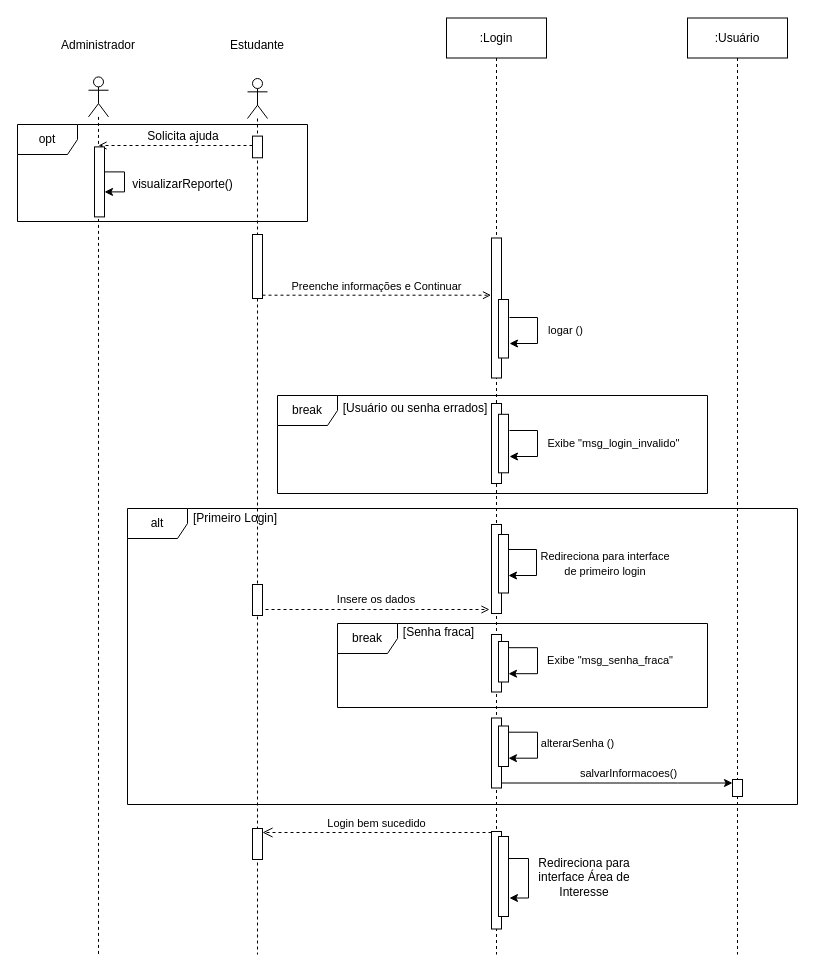
Earlier version of the draw.io diagram DiagramaSequencia.drawio (augustorazani/QENEM-UML-Diagram). Source tidied: cells renumbered, new cells numbered last; positions are measured from the earlier drawing's top-left corner, leaving out a move shared by most shapes. Both pictures are drawn from the tidied source at 100%, with x=0, y=0 at pixel (17, 18).
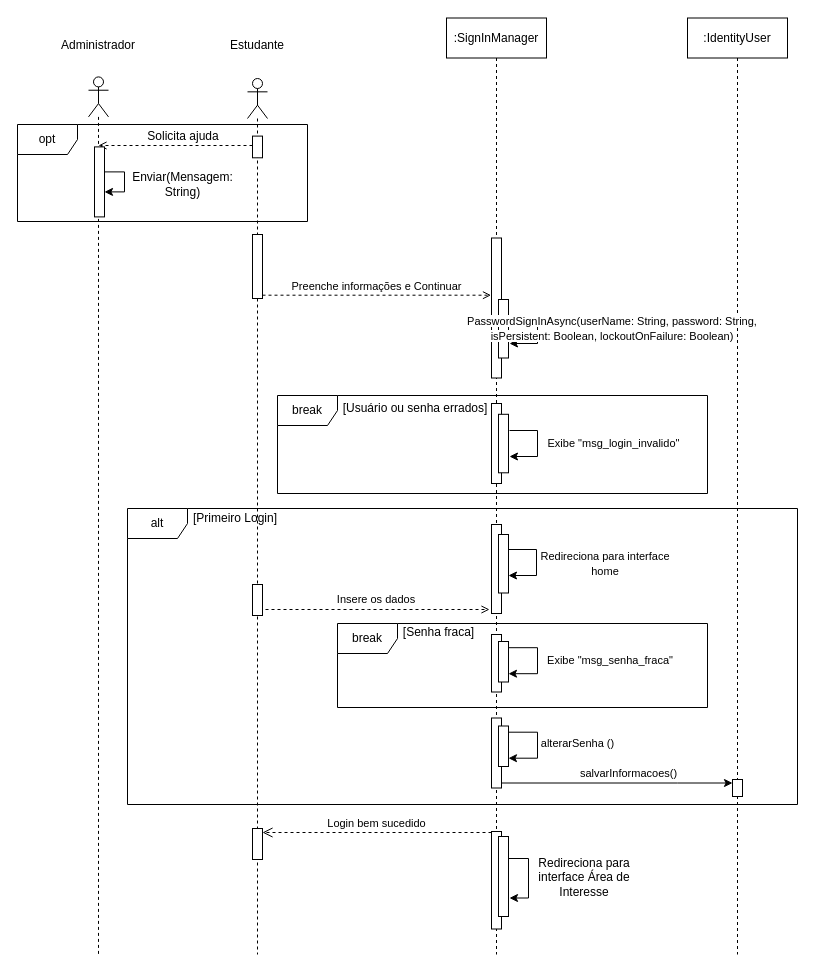
The same page after the edit.

Diff of the diagram source:
```diff
@@
-    <mxCell id="2" value=":Usuário" style="shape=umlLifeline;perimeter=lifelinePerimeter;whiteSpace=wrap;html=1;newEdgeStyle={&quot;curved&quot;:0,&quot;rounded&quot;:0};" parent="1" vertex="1">
+    <mxCell id="2" value=":IdentityUser" style="shape=umlLifeline;perimeter=lifelinePerimeter;whiteSpace=wrap;html=1;newEdgeStyle={&quot;curved&quot;:0,&quot;rounded&quot;:0};" parent="1" vertex="1">
       <mxGeometry x="670" y="-0.5" width="100" height="936.5" as="geometry" />
     </mxCell>
-    <mxCell id="3" value=":Login" style="shape=umlLifeline;perimeter=lifelinePerimeter;whiteSpace=wrap;html=1;newEdgeStyle={&quot;curved&quot;:0,&quot;rounded&quot;:0};" parent="1" vertex="1">
+    <mxCell id="3" value=":SignInManager" style="shape=umlLifeline;perimeter=lifelinePerimeter;whiteSpace=wrap;html=1;newEdgeStyle={&quot;curved&quot;:0,&quot;rounded&quot;:0};" parent="1" vertex="1">
       <mxGeometry x="429" y="-0.5" width="100" height="936.5" as="geometry" />
     </mxCell>
@@
-    <mxCell id="13" value="&lt;span style=&quot;font-size: 11px; text-wrap-mode: nowrap; background-color: rgb(255, 255, 255);&quot;&gt;logar ()&lt;/span&gt;" style="text;html=1;align=center;verticalAlign=middle;whiteSpace=wrap;rounded=0;" parent="1" vertex="1">
-      <mxGeometry x="516" y="297" width="65" height="30" as="geometry" />
+    <mxCell id="13" value="&lt;span style=&quot;font-size: 11px; text-wrap-mode: nowrap; background-color: rgb(255, 255, 255);&quot;&gt;PasswordSignInAsync(userName: String, password: String,&lt;/span&gt;&lt;div&gt;&lt;span style=&quot;font-size: 11px; text-wrap-mode: nowrap; background-color: rgb(255, 255, 255);&quot;&gt;isPersistent: Boolean, lockoutOnFailure: Boolean)&lt;/span&gt;&lt;/div&gt;" style="text;html=1;align=center;verticalAlign=middle;whiteSpace=wrap;rounded=0;" parent="1" vertex="1">
+      <mxGeometry x="520" y="280" width="150" height="59" as="geometry" />
     </mxCell>
@@
-    <mxCell id="40" value="visualizarReporte()" style="text;html=1;align=center;verticalAlign=middle;whiteSpace=wrap;rounded=0;" parent="1" vertex="1">
+    <mxCell id="40" value="Enviar(Mensagem: String)" style="text;html=1;align=center;verticalAlign=middle;whiteSpace=wrap;rounded=0;" parent="1" vertex="1">
       <mxGeometry x="106" y="149.6" width="119" height="33.4" as="geometry" />
     </mxCell>
@@
-    <mxCell id="50" value="&lt;span style=&quot;font-size: 11px; text-wrap-mode: nowrap; background-color: rgb(255, 255, 255);&quot;&gt;Redireciona para interface&lt;/span&gt;&lt;div&gt;&lt;span style=&quot;font-size: 11px; text-wrap-mode: nowrap; background-color: rgb(255, 255, 255);&quot;&gt;de primeiro login&lt;/span&gt;&lt;/div&gt;" style="text;html=1;align=center;verticalAlign=middle;whiteSpace=wrap;rounded=0;" parent="1" vertex="1">
+    <mxCell id="50" value="&lt;span style=&quot;font-size: 11px; text-wrap-mode: nowrap; background-color: rgb(255, 255, 255);&quot;&gt;Redireciona para interface&lt;/span&gt;&lt;div&gt;&lt;span style=&quot;font-size: 11px; text-wrap-mode: nowrap; background-color: rgb(255, 255, 255);&quot;&gt;home&lt;/span&gt;&lt;/div&gt;" style="text;html=1;align=center;verticalAlign=middle;whiteSpace=wrap;rounded=0;" parent="1" vertex="1">
       <mxGeometry x="516" y="530.8" width="144" height="29" as="geometry" />
     </mxCell>
```
